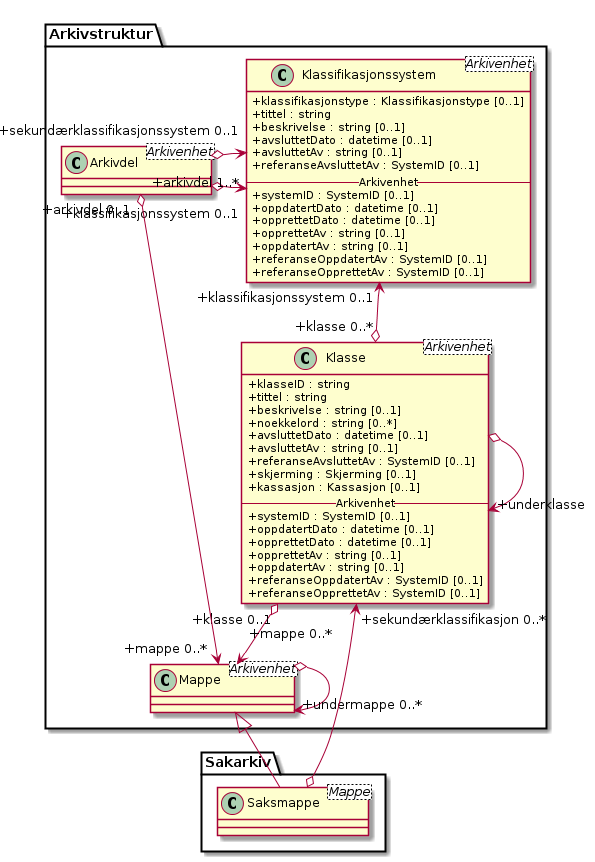
Above: kapitler/media/uml-arkivstruktur-klassifikasjon.png in arkivverket/noark5-tjenestegrensesnitt-standard (PlantUML), before the change.
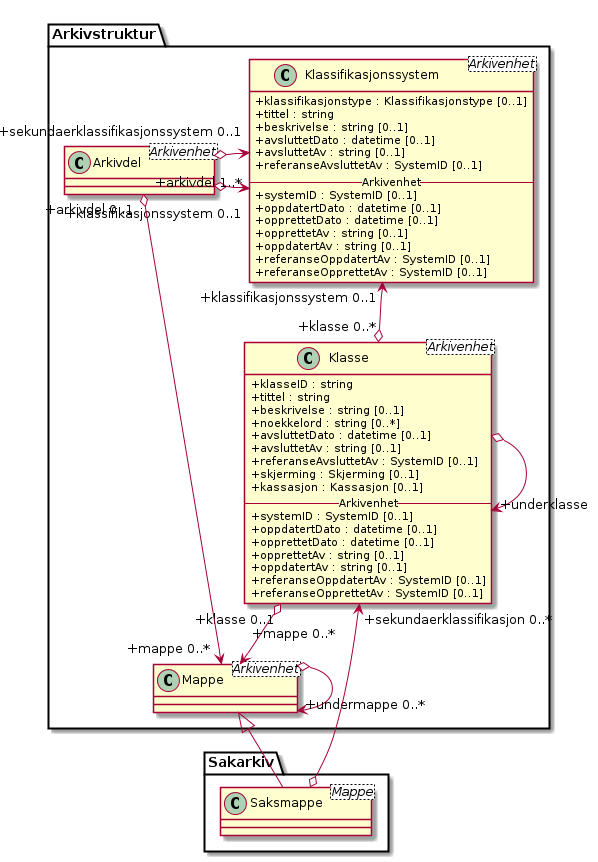
The same diagram one commit later.

Change to the diagram source:
```diff
@@ -40,12 +40,12 @@
 class Sakarkiv.Saksmappe <Mappe>
 
 Arkivstruktur.Klassifikasjonssystem "+klassifikasjonssystem 0..1" <-o "+arkivdel 1..*" Arkivstruktur.Arkivdel
-Arkivstruktur.Klassifikasjonssystem "+sekundærklassifikasjonssystem 0..1" <-o Arkivstruktur.Arkivdel
+Arkivstruktur.Klassifikasjonssystem "+sekundaerklassifikasjonssystem 0..1" <-o Arkivstruktur.Arkivdel
 Arkivstruktur.Klassifikasjonssystem "+klassifikasjonssystem 0..1" <--o "+klasse 0..*" Arkivstruktur.Klasse
 Arkivstruktur.Klasse o--> "+underklasse" Arkivstruktur.Klasse
 Arkivstruktur.Klasse "+klasse 0..1" o--> "+mappe 0..*\n" Arkivstruktur.Mappe
 Arkivstruktur.Arkivdel "+arkivdel 0..1" o--> "+mappe 0..*" Arkivstruktur.Mappe
 Arkivstruktur.Mappe o--> "+undermappe 0..*" Arkivstruktur.Mappe
 Arkivstruktur.Mappe <|-- Sakarkiv.Saksmappe
-Arkivstruktur.Klasse "+sekundærklassifikasjon 0..*" <--o Sakarkiv.Saksmappe
+Arkivstruktur.Klasse "+sekundaerklassifikasjon 0..*" <--o Sakarkiv.Saksmappe
 @enduml
```
